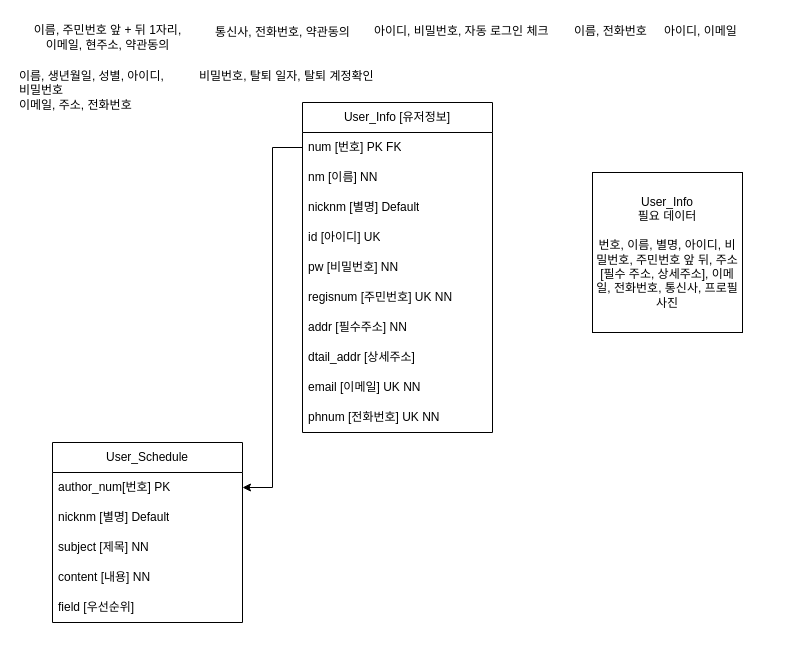
This is portfolio/To-do List ERD.drawio from D-o-H-w-a/SelfStudy, a draw.io file, before an edit. Source tidied: cells renumbered, new cells numbered last; positions are measured from the earlier drawing's top-left corner, leaving out a move shared by most shapes. Both pictures are drawn from the tidied source at 100%, with x=0, y=0 at pixel (17, 17).
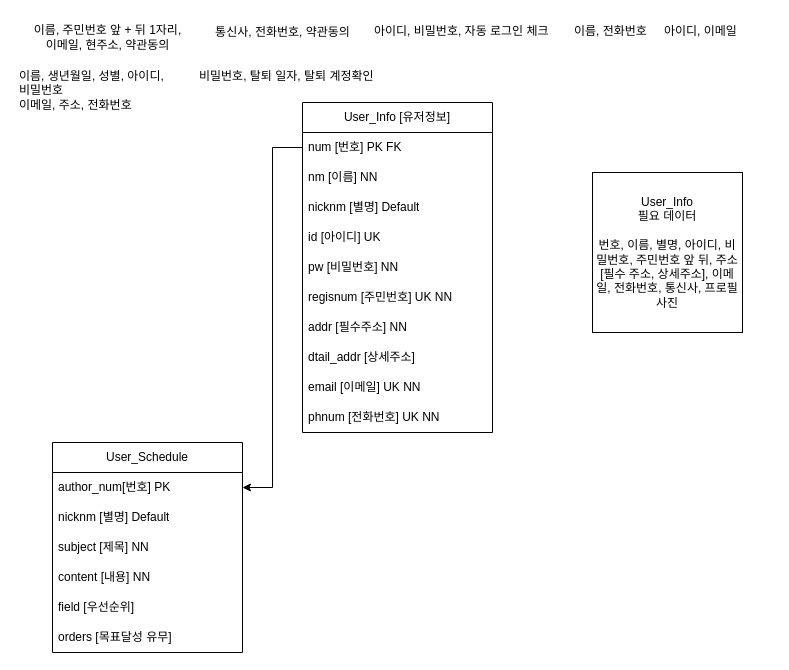
Above is the later version.

Commit message (it also covers changes not shown here):
ERD 스케줄 데이터 추가

User_Schedule
orders [목표달성] 구문 추가

Diff of the diagram source:
```diff
@@
     <mxCell id="21" value="User_Schedule" style="swimlane;fontStyle=0;horizontal=1;startSize=30;whiteSpace=wrap;html=1;" parent="1" vertex="1">
-      <mxGeometry x="35" y="425" width="190" height="180" as="geometry" />
+      <mxGeometry x="35" y="425" width="190" height="210" as="geometry" />
     </mxCell>
@@
+    <mxCell id="28" value="orders [목표달성 유무]" style="text;strokeColor=none;fillColor=none;align=left;verticalAlign=middle;spacingLeft=4;spacingRight=4;overflow=hidden;whiteSpace=wrap;html=1;" parent="21" vertex="1">
+      <mxGeometry y="180" width="190" height="30" as="geometry" />
+    </mxCell>
```
